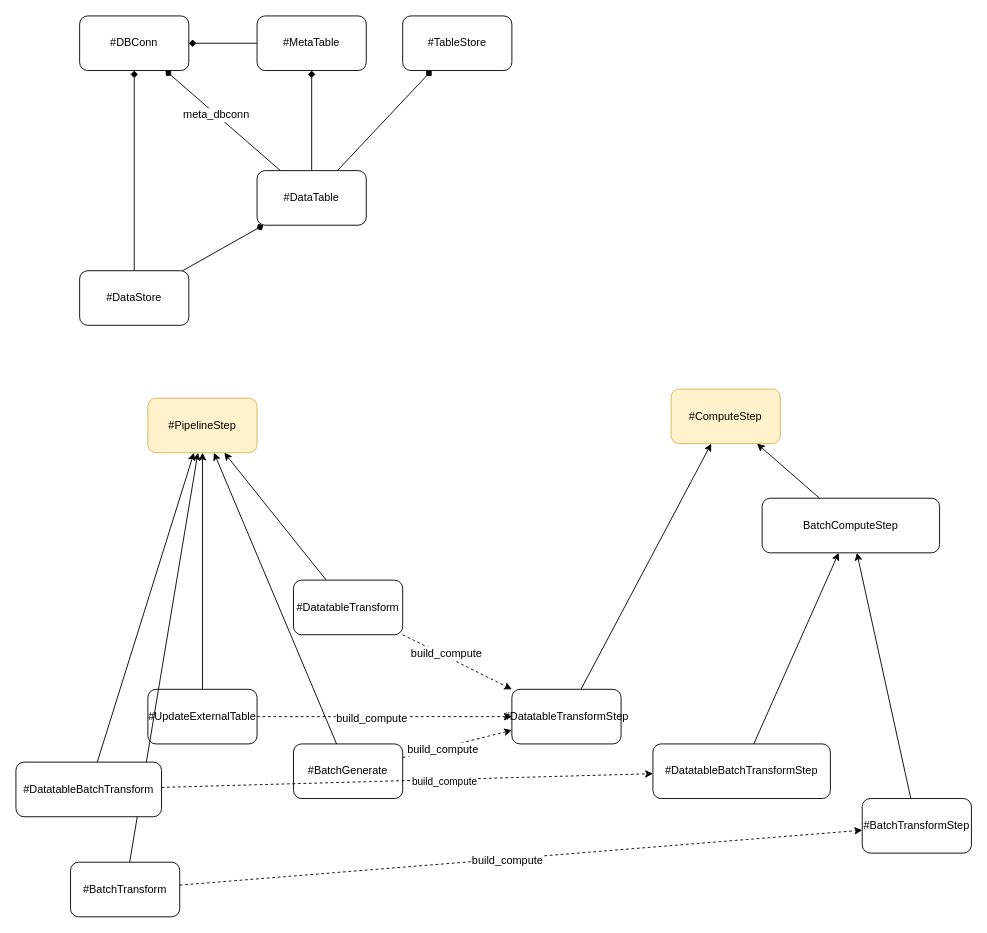
This is page "Page-2" (1 of 2) of docs/source/architecture.drawio from epoch8/datapipe, a draw.io file, before an edit. Source tidied: cells renumbered, new cells numbered last; positions are measured from the earlier drawing's top-left corner, leaving out a move shared by most shapes. Both pictures are drawn from the tidied source at 91%, with x=0, y=0 at pixel (15, 15).
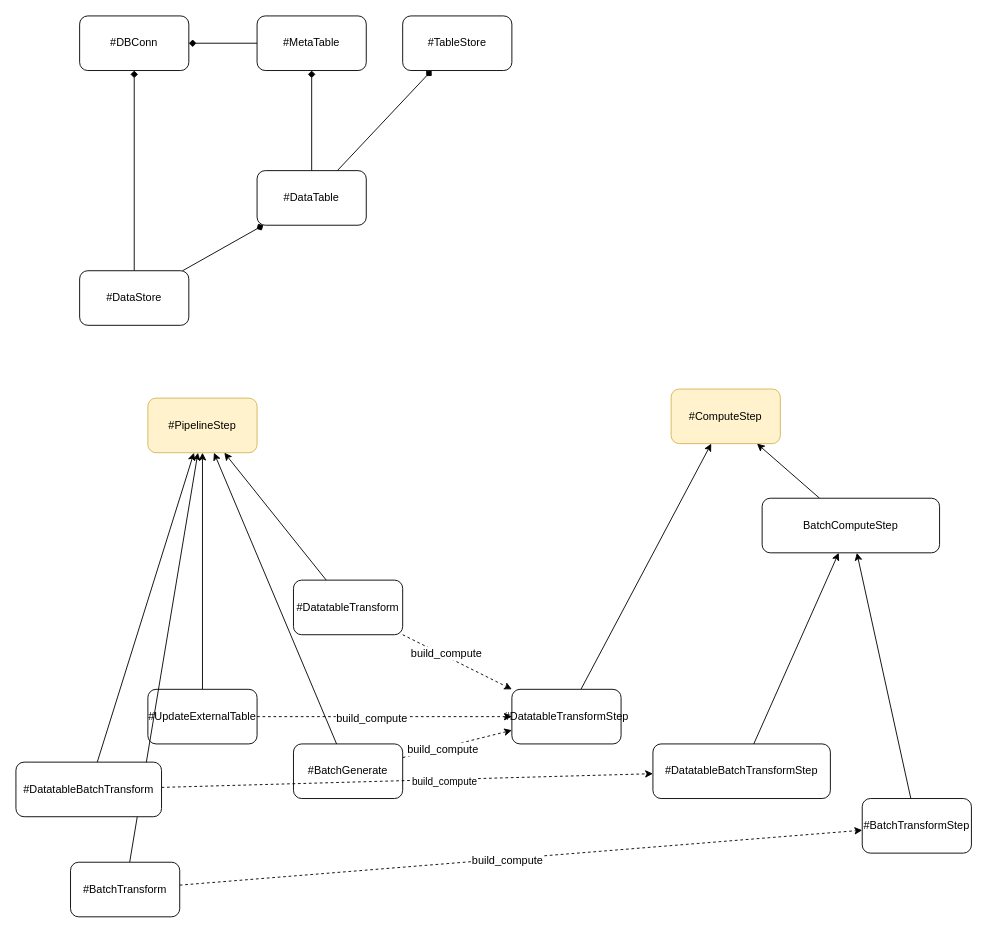
After the change.

Commit message:
update diagram: no meta_dbconn in DataTable

The change refers to these unchanged cells:
```xml
<mxCell id="29" value="#DataTable" style="rounded=1;whiteSpace=wrap;html=1;labelBackgroundColor=none;fontFamily=Helvetica;fontSize=12;fontColor=default;" parent="1" vertex="1">
  <mxGeometry x="265" y="170" width="120" height="60" as="geometry" />
</mxCell>
<mxCell id="30" value="#DBConn" style="rounded=1;whiteSpace=wrap;html=1;labelBackgroundColor=none;fontFamily=Helvetica;fontSize=12;fontColor=default;" parent="1" vertex="1">
  <mxGeometry x="70" width="120" height="60" as="geometry" />
</mxCell>
```

The edit, as a diff of the source:
```diff
@@
-    <mxCell id="25" style="edgeStyle=none;html=1;fontFamily=Helvetica;fontSize=12;fontColor=default;endArrow=diamond;endFill=1;strokeWidth=1;" parent="1" edge="1" source="29" target="30">
-      <mxGeometry relative="1" as="geometry" />
-    </mxCell>
-    <mxCell id="26" value="meta_dbconn" style="edgeLabel;html=1;align=center;verticalAlign=middle;fontSize=12;fontFamily=Helvetica;fontColor=default;" parent="25" vertex="1">
-      <mxGeometry x="0.12" y="1" relative="1" as="geometry" />
-    </mxCell>
```
